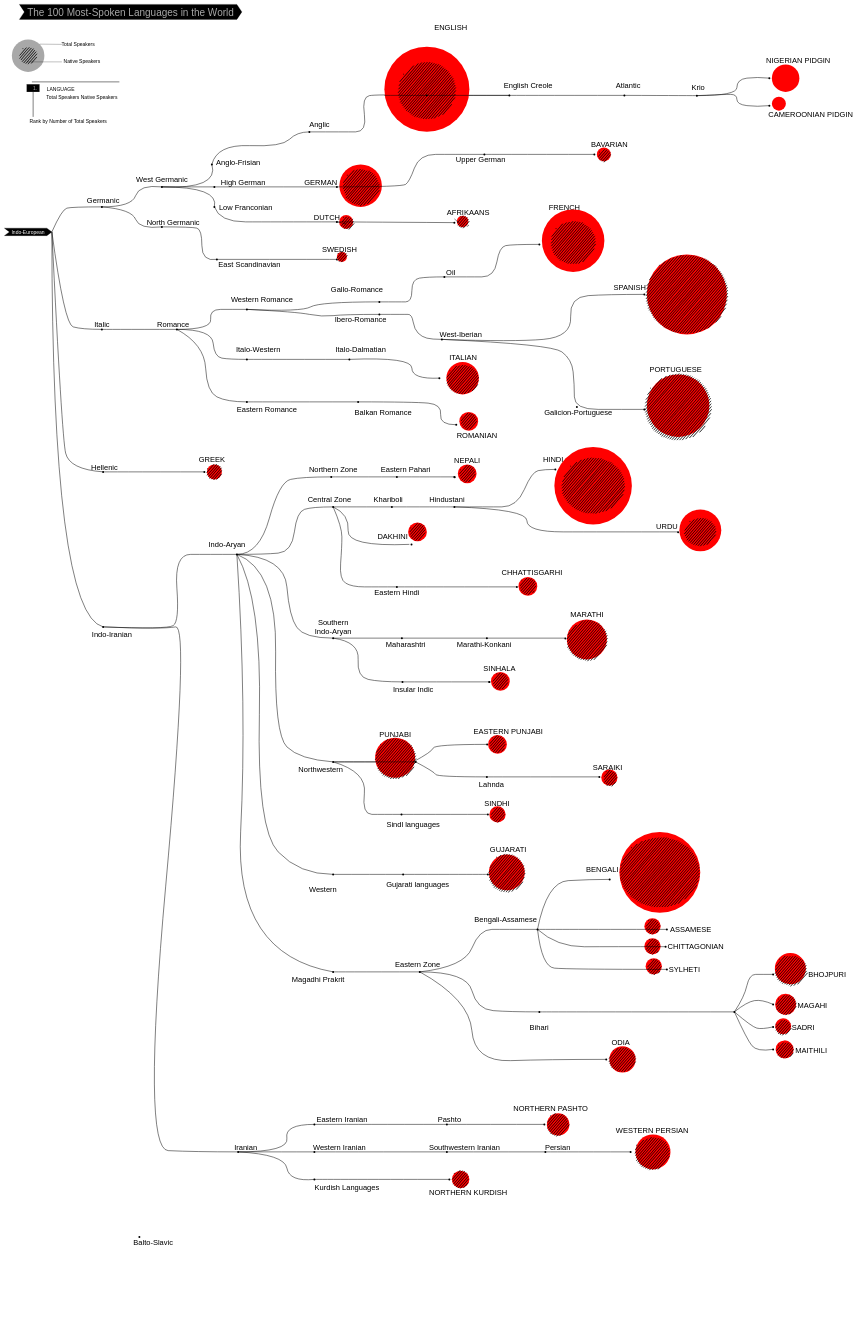
Above: 80921AA6-CDD8-4375-A05B-6B34234FE4A1_1_201_a.drawio in sheeperoni/Diagrams (draw.io), before the change. Source tidied: cells renumbered, new cells numbered last; positions are measured from the earlier drawing's top-left corner, leaving out a move shared by most shapes. Both pictures are drawn from the tidied source at 25%, with x=0, y=0 at pixel (4, 4).
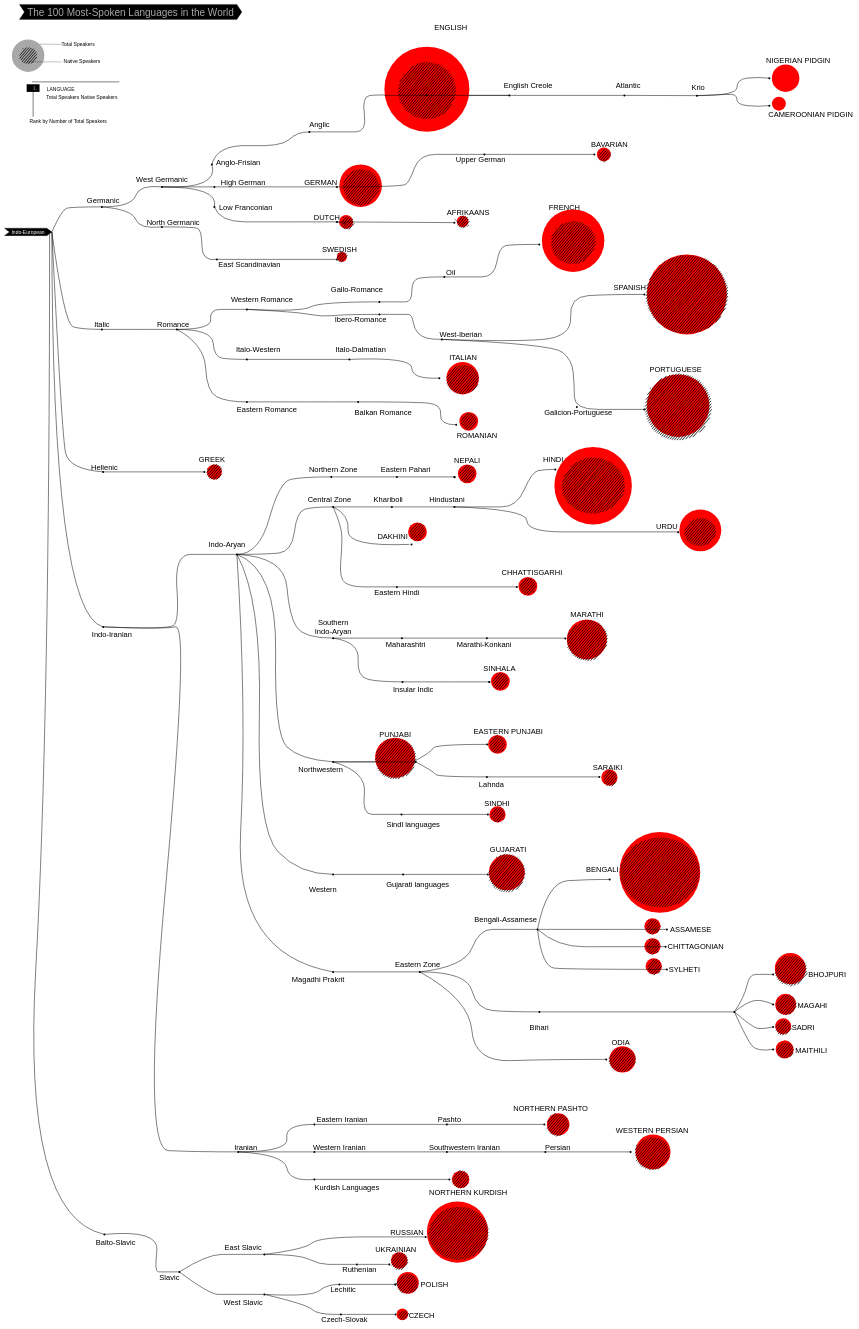
The same diagram, later.

Unchanged cells that the change refers to:
```xml
<mxCell id="15" value="&lt;font color=&quot;#ffffff&quot;&gt;Indo-European&lt;/font&gt;" style="shape=step;perimeter=stepPerimeter;whiteSpace=wrap;html=1;fixedSize=1;labelBackgroundColor=none;fontSize=20;fontColor=#000000;fillColor=#000000;" parent="1" vertex="1">
  <mxGeometry y="895" width="190" height="30" as="geometry" />
</mxCell>
```

Diff of the diagram source:
```diff
@@
     <mxCell id="166" value="Balto-Slavic" style="text;html=1;align=center;verticalAlign=middle;strokeColor=none;fillColor=none;fontSize=30;fontColor=#000000;" parent="1" vertex="1">
-      <mxGeometry x="510" y="4930" width="170" height="40" as="geometry" />
+      <mxGeometry x="360" y="4930" width="170" height="40" as="geometry" />
     </mxCell>
     <mxCell id="167" style="shape=waypoint;sketch=0;fillStyle=solid;size=6;points=[];fillColor=none;perimeter=centerPerimeter;snapToPoint=1;labelBackgroundColor=none;fontSize=30;fontColor=#000000;strokeWidth=2;" parent="1" vertex="1">
-      <mxGeometry x="520" y="4910" width="40" height="40" as="geometry" />
+      <mxGeometry x="380" y="4900" width="40" height="40" as="geometry" />
     </mxCell>
@@
+    <mxCell id="371" value="Slavic" style="text;html=1;align=center;verticalAlign=middle;strokeColor=none;fillColor=none;fontSize=30;" parent="1" vertex="1">
+      <mxGeometry x="610" y="5070" width="100" height="40" as="geometry" />
+    </mxCell>
+    <mxCell id="372" value="East Slavic" style="text;html=1;align=center;verticalAlign=middle;strokeColor=none;fillColor=none;fontSize=30;" parent="1" vertex="1">
+      <mxGeometry x="875" y="4950" width="160" height="40" as="geometry" />
+    </mxCell>
+    <mxCell id="373" value="West Slavic" style="text;html=1;align=center;verticalAlign=middle;strokeColor=none;fillColor=none;fontSize=30;" parent="1" vertex="1">
+      <mxGeometry x="870" y="5170" width="170" height="40" as="geometry" />
+    </mxCell>
+    <mxCell id="374" style="endArrow=none;html=1;fontSize=30;strokeWidth=2;curved=1;exitX=0.659;exitY=0.041;exitDx=0;exitDy=0;exitPerimeter=0;entryX=1;entryY=0.25;entryDx=0;entryDy=0;" parent="1" edge="1" source="167" target="15">
+      <mxGeometry relative="1" as="geometry">
+        <Array as="points">
+          <mxPoint x="70" y="4850" />
+          <mxPoint x="181" y="2870" />
+        </Array>
+      </mxGeometry>
+    </mxCell>
+    <mxCell id="375" style="shape=waypoint;sketch=0;fillStyle=solid;size=6;points=[];fillColor=none;perimeter=centerPerimeter;snapToPoint=1;fontSize=30;strokeWidth=2;" parent="1" vertex="1">
+      <mxGeometry x="680" y="5050" width="40" height="40" as="geometry" />
+    </mxCell>
+    <mxCell id="376" style="shape=waypoint;sketch=0;fillStyle=solid;size=6;points=[];fillColor=none;perimeter=centerPerimeter;snapToPoint=1;fontSize=30;strokeWidth=2;" parent="1" vertex="1">
+      <mxGeometry x="1020" y="4980" width="40" height="40" as="geometry" />
+    </mxCell>
+    <mxCell id="377" style="shape=waypoint;sketch=0;fillStyle=solid;size=6;points=[];fillColor=none;perimeter=centerPerimeter;snapToPoint=1;fontSize=30;strokeWidth=2;" parent="1" vertex="1">
+      <mxGeometry x="1020" y="5140" width="40" height="40" as="geometry" />
+    </mxCell>
+    <mxCell id="378" style="shape=waypoint;sketch=0;fillStyle=solid;size=6;points=[];fillColor=none;perimeter=centerPerimeter;snapToPoint=1;fontSize=30;strokeWidth=2;" parent="1" vertex="1">
+      <mxGeometry x="1665" y="4910" width="40" height="40" as="geometry" />
+    </mxCell>
+    <mxCell id="379" style="shape=waypoint;sketch=0;fillStyle=solid;size=6;points=[];fillColor=none;perimeter=centerPerimeter;snapToPoint=1;fontSize=30;strokeWidth=2;" parent="1" vertex="1">
+      <mxGeometry x="1320" y="5100" width="40" height="40" as="geometry" />
+    </mxCell>
+    <mxCell id="380" style="shape=waypoint;sketch=0;fillStyle=solid;size=6;fillColor=none;perimeter=centerPerimeter;fontSize=30;strokeWidth=2;" parent="1" vertex="1">
+      <mxGeometry x="1326" y="5220" width="40" height="40" as="geometry" />
+    </mxCell>
+    <mxCell id="381" value="RUSSIAN" style="text;html=1;align=center;verticalAlign=middle;strokeColor=none;fillColor=none;fontSize=30;" parent="1" vertex="1">
+      <mxGeometry x="1535" y="4890" width="150" height="40" as="geometry" />
+    </mxCell>
+    <mxCell id="382" value="UKRAINIAN" style="text;html=1;align=center;verticalAlign=middle;strokeColor=none;fillColor=none;fontSize=30;" parent="1" vertex="1">
+      <mxGeometry x="1475" y="4960" width="180" height="40" as="geometry" />
+    </mxCell>
+    <mxCell id="383" style="shape=waypoint;sketch=0;fillStyle=solid;size=6;points=[];fillColor=none;perimeter=centerPerimeter;snapToPoint=1;fontSize=30;strokeWidth=2;" parent="1" vertex="1">
+      <mxGeometry x="1390" y="5020" width="40" height="40" as="geometry" />
+    </mxCell>
+    <mxCell id="384" value="Ruthenian" style="text;html=1;align=center;verticalAlign=middle;strokeColor=none;fillColor=none;fontSize=30;" parent="1" vertex="1">
+      <mxGeometry x="1345" y="5040" width="150" height="40" as="geometry" />
+    </mxCell>
+    <mxCell id="385" style="endArrow=none;html=1;fontSize=30;strokeWidth=2;curved=1;exitX=1.038;exitY=0.432;exitDx=0;exitDy=0;exitPerimeter=0;entryX=0.514;entryY=0.373;entryDx=0;entryDy=0;entryPerimeter=0;" parent="1" edge="1" source="167" target="375">
+      <mxGeometry relative="1" as="geometry">
+        <Array as="points">
+          <mxPoint x="620" y="4900" />
+          <mxPoint x="600" y="5070" />
+          <mxPoint x="630" y="5070" />
+        </Array>
+      </mxGeometry>
+    </mxCell>
+    <mxCell id="386" style="endArrow=none;html=1;fontSize=30;strokeWidth=2;curved=1;" parent="1" edge="1" source="375" target="376">
+      <mxGeometry relative="1" as="geometry">
+        <Array as="points">
+          <mxPoint x="810" y="5000" />
+          <mxPoint x="930" y="5000" />
+        </Array>
+      </mxGeometry>
+    </mxCell>
+    <mxCell id="387" style="endArrow=none;html=1;fontSize=30;strokeWidth=2;curved=1;exitX=0.395;exitY=0.73;exitDx=0;exitDy=0;exitPerimeter=0;entryX=0.348;entryY=0.337;entryDx=0;entryDy=0;entryPerimeter=0;" parent="1" edge="1" source="375" target="377">
+      <mxGeometry relative="1" as="geometry">
+        <Array as="points">
+          <mxPoint x="820" y="5160" />
+          <mxPoint x="890" y="5160" />
+        </Array>
+      </mxGeometry>
+    </mxCell>
+    <mxCell id="388" style="endArrow=none;html=1;fontSize=30;strokeWidth=2;curved=1;" parent="1" edge="1" source="376" target="378">
+      <mxGeometry relative="1" as="geometry">
+        <Array as="points">
+          <mxPoint x="1200" y="4980" />
+          <mxPoint x="1260" y="4930" />
+          <mxPoint x="1640" y="4930" />
+        </Array>
+      </mxGeometry>
+    </mxCell>
+    <mxCell id="389" style="endArrow=none;html=1;fontSize=30;strokeWidth=2;curved=1;exitX=1.014;exitY=0.813;exitDx=0;exitDy=0;exitPerimeter=0;entryX=-0.093;entryY=0.765;entryDx=0;entryDy=0;entryPerimeter=0;" parent="1" edge="1" source="376" target="383">
+      <mxGeometry relative="1" as="geometry">
+        <Array as="points">
+          <mxPoint x="1180" y="5000" />
+          <mxPoint x="1260" y="5040" />
+          <mxPoint x="1330" y="5040" />
+        </Array>
+      </mxGeometry>
+    </mxCell>
+    <mxCell id="390" style="endArrow=none;html=1;fontSize=30;strokeWidth=2;curved=1;entryX=-0.051;entryY=0.551;entryDx=0;entryDy=0;entryPerimeter=0;" parent="1" edge="1" source="383">
+      <mxGeometry relative="1" as="geometry">
+        <mxPoint x="1537.5" y="5040" as="targetPoint" />
+      </mxGeometry>
+    </mxCell>
+    <mxCell id="391" style="endArrow=none;html=1;fontSize=30;strokeWidth=2;curved=1;exitX=0.729;exitY=0.48;exitDx=0;exitDy=0;exitPerimeter=0;entryX=0.467;entryY=0.694;entryDx=0;entryDy=0;entryPerimeter=0;" parent="1" edge="1" source="377" target="379">
+      <mxGeometry relative="1" as="geometry">
+        <Array as="points">
+          <mxPoint x="1230" y="5170" />
+          <mxPoint x="1290" y="5120" />
+        </Array>
+      </mxGeometry>
+    </mxCell>
+    <mxCell id="392" value="POLISH" style="text;html=1;align=center;verticalAlign=middle;strokeColor=none;fillColor=none;fontSize=30;" parent="1" vertex="1">
+      <mxGeometry x="1655" y="5100" width="130" height="40" as="geometry" />
+    </mxCell>
+    <mxCell id="393" value="CZECH" style="text;html=1;align=center;verticalAlign=middle;strokeColor=none;fillColor=none;fontSize=30;" parent="1" vertex="1">
+      <mxGeometry x="1608.5" y="5223.1" width="120" height="40" as="geometry" />
+    </mxCell>
+    <mxCell id="394" style="shape=waypoint;sketch=0;fillStyle=solid;size=6;points=[];fillColor=none;perimeter=centerPerimeter;snapToPoint=1;fontSize=30;strokeWidth=2;" parent="1" vertex="1">
+      <mxGeometry x="1545" y="5220" width="40" height="40" as="geometry" />
+    </mxCell>
+    <mxCell id="395" style="endArrow=none;html=1;fontSize=30;strokeWidth=2;curved=1;entryX=0.389;entryY=0.599;entryDx=0;entryDy=0;entryPerimeter=0;" parent="1" edge="1" source="377" target="394">
+      <mxGeometry relative="1" as="geometry">
+        <Array as="points">
+          <mxPoint x="1210" y="5200" />
+          <mxPoint x="1250" y="5240" />
+          <mxPoint x="1400" y="5240" />
+        </Array>
+      </mxGeometry>
+    </mxCell>
+    <mxCell id="396" style="ellipse;whiteSpace=wrap;html=1;labelBackgroundColor=none;fontSize=30;fontColor=#000000;strokeWidth=2;fillColor=#FF0000;strokeColor=none;" parent="1" vertex="1">
+      <mxGeometry x="1690" y="4788" width="245" height="245" as="geometry" />
+    </mxCell>
+    <mxCell id="397" style="ellipse;whiteSpace=wrap;html=1;strokeWidth=2;fillWeight=2;hachureGap=8;fillColor=#000000;fillStyle=dots;sketch=1;labelBackgroundColor=none;fontSize=30;fontColor=#000000;strokeColor=none;" parent="1" vertex="1">
+      <mxGeometry x="1700.4" y="4810.5" width="232.2" height="210" as="geometry" />
+    </mxCell>
+    <mxCell id="398" style="shape=waypoint;sketch=0;fillStyle=solid;size=6;points=[];fillColor=none;perimeter=centerPerimeter;snapToPoint=1;fontSize=30;strokeWidth=2;" parent="1" vertex="1">
+      <mxGeometry x="1543" y="5100" width="40" height="40" as="geometry" />
+    </mxCell>
+    <mxCell id="399" style="endArrow=none;html=1;fontSize=30;strokeWidth=2;curved=1;exitX=0.532;exitY=0.718;exitDx=0;exitDy=0;exitPerimeter=0;" parent="1" edge="1" source="379" target="398">
+      <mxGeometry relative="1" as="geometry" />
+    </mxCell>
+    <mxCell id="400" style="shape=waypoint;sketch=0;fillStyle=solid;size=6;fillColor=none;perimeter=centerPerimeter;fontSize=30;strokeWidth=2;" parent="1" vertex="1">
+      <mxGeometry x="1545" y="5100" width="40" height="40" as="geometry" />
+    </mxCell>
+    <mxCell id="401" style="ellipse;whiteSpace=wrap;html=1;labelBackgroundColor=none;fontSize=30;fontColor=#000000;strokeWidth=2;fillColor=#FF0000;strokeColor=none;" parent="1" vertex="1">
+      <mxGeometry x="1570" y="5070" width="87.5" height="87.5" as="geometry" />
+    </mxCell>
+    <mxCell id="402" style="ellipse;whiteSpace=wrap;html=1;strokeWidth=2;fillWeight=2;hachureGap=8;fillColor=#000000;fillStyle=dots;sketch=1;labelBackgroundColor=none;fontSize=30;fontColor=#000000;strokeColor=none;" parent="1" vertex="1">
+      <mxGeometry x="1570" y="5077.5" width="82.5" height="80" as="geometry" />
+    </mxCell>
+    <mxCell id="403" style="endArrow=none;html=1;fontSize=30;strokeWidth=2;curved=1;exitDx=0;exitDy=0;exitPerimeter=0;startArrow=none;" parent="1" edge="1">
+      <mxGeometry relative="1" as="geometry">
+        <mxPoint x="1542" y="5037.5" as="sourcePoint" />
+        <mxPoint x="1539" y="5037.5" as="targetPoint" />
+      </mxGeometry>
+    </mxCell>
+    <mxCell id="404" style="ellipse;whiteSpace=wrap;html=1;labelBackgroundColor=none;fontSize=30;fontColor=#000000;strokeWidth=2;fillColor=#FF0000;strokeColor=none;" parent="1" vertex="1">
+      <mxGeometry x="1546.5" y="4991.2" width="66.2" height="66.2" as="geometry" />
+    </mxCell>
+    <mxCell id="405" style="ellipse;whiteSpace=wrap;html=1;strokeWidth=2;fillWeight=2;hachureGap=8;fillColor=#000000;fillStyle=dots;sketch=1;labelBackgroundColor=none;fontSize=30;fontColor=#000000;strokeColor=none;" parent="1" vertex="1">
+      <mxGeometry x="1547.5" y="4991.2" width="62.5" height="68.8" as="geometry" />
+    </mxCell>
+    <mxCell id="406" style="shape=waypoint;sketch=0;fillStyle=solid;size=6;fillColor=none;perimeter=centerPerimeter;fontSize=30;strokeWidth=2;" parent="1" vertex="1">
+      <mxGeometry x="1520" y="5020.5" width="40" height="40" as="geometry" />
+    </mxCell>
+    <mxCell id="407" style="ellipse;whiteSpace=wrap;html=1;labelBackgroundColor=none;fontSize=30;fontColor=#000000;strokeWidth=2;fillColor=#FF0000;strokeColor=none;" parent="1" vertex="1">
+      <mxGeometry x="1568.8" y="5216.9" width="46.2" height="46.2" as="geometry" />
+    </mxCell>
+    <mxCell id="408" style="ellipse;whiteSpace=wrap;html=1;strokeWidth=2;fillWeight=2;hachureGap=8;fillColor=#000000;fillStyle=dots;sketch=1;labelBackgroundColor=none;fontSize=30;fontColor=#000000;strokeColor=none;" parent="1" vertex="1">
+      <mxGeometry x="1575.8" y="5221.9" width="38.4" height="36.2" as="geometry" />
+    </mxCell>
+    <mxCell id="409" value="Czech-Slovak" style="text;html=1;align=center;verticalAlign=middle;strokeColor=none;fillColor=none;fontSize=30;" parent="1" vertex="1">
+      <mxGeometry x="1260" y="5240" width="200" height="40" as="geometry" />
+    </mxCell>
+    <mxCell id="410" value="Lechitic" style="text;html=1;align=center;verticalAlign=middle;strokeColor=none;fillColor=none;fontSize=30;" parent="1" vertex="1">
+      <mxGeometry x="1295" y="5117.5" width="120" height="40" as="geometry" />
+    </mxCell>
```
